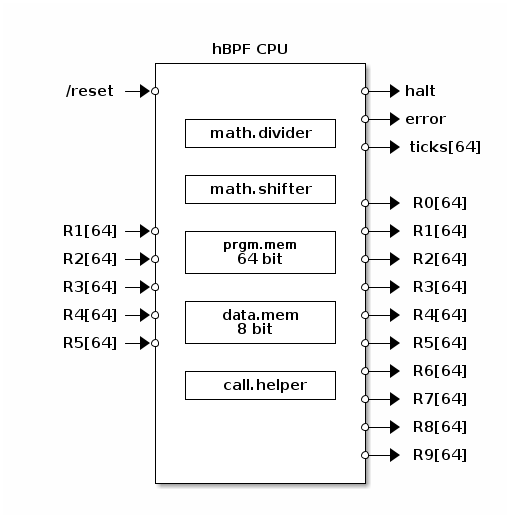
The PlantUML diagram doc/images/cpu.png in rprinz08/hBPF, before a commit. Its source is kept beside it as doc/cpu.plantuml.
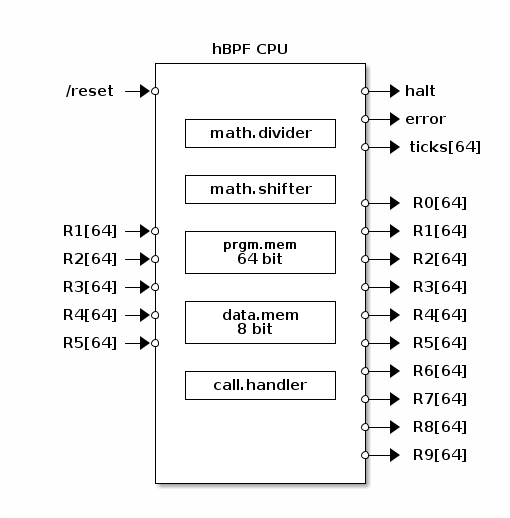
Above is the later version.

Change to the diagram source:
```diff
@@ -25,7 +25,7 @@
     R5[64]-->*  +--------------+  *--> R5[64]
              |                    |
              |  +--------------+  *--> R6[64]
-             |  |  call.helper |  |
+             |  | call.handler |  |
              |  +--------------+  *--> R7[64]
              |                    |
              |                    *--> R8[64]
```
